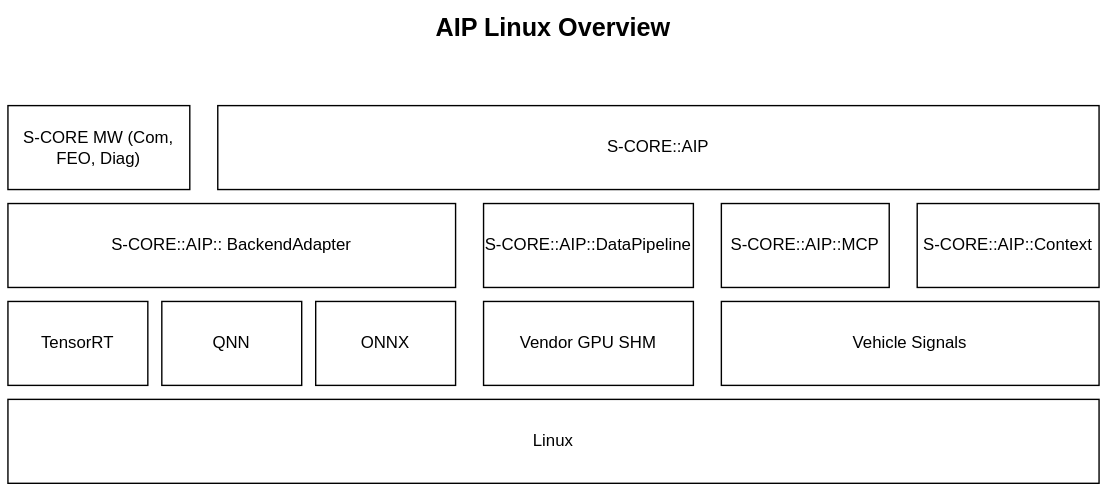
Earlier version of the draw.io export docs/features/ai-platform/_assets/score-aip-linux.drawio.svg (mercedes-benz/score). Source tidied: cells renumbered, new cells last; positions are measured from the earlier drawing's top-left corner, leaving out a move shared by most shapes.
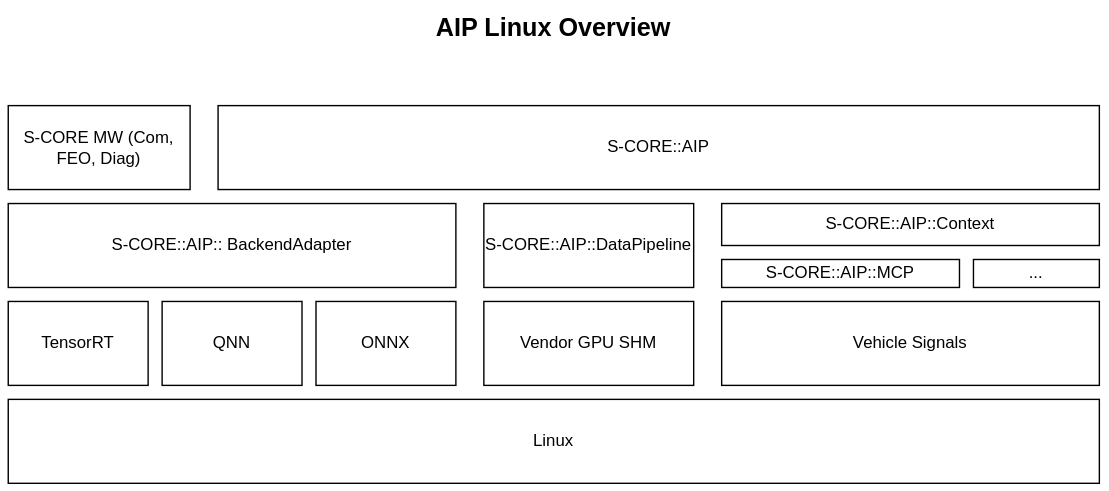
Later version of the same file.

The edit, as a diff of the source:
```diff
@@ -24,10 +24,10 @@
       <mxGeometry x="340" y="140" width="150" height="60" as="geometry" />
     </mxCell>
     <mxCell id="9" value="S-CORE::AIP::MCP" style="rounded=0;whiteSpace=wrap;html=1;" parent="1" vertex="1">
-      <mxGeometry x="510" y="140" width="120" height="60" as="geometry" />
+      <mxGeometry x="510" y="180" width="170" height="20" as="geometry" />
     </mxCell>
     <mxCell id="10" value="S-CORE::AIP::Context" style="rounded=0;whiteSpace=wrap;html=1;" parent="1" vertex="1">
-      <mxGeometry x="650" y="140" width="130" height="60" as="geometry" />
+      <mxGeometry x="510" y="140" width="270" height="30" as="geometry" />
     </mxCell>
     <mxCell id="11" value="S-CORE MW (Com, FEO, Diag)" style="rounded=0;whiteSpace=wrap;html=1;" parent="1" vertex="1">
       <mxGeometry y="70" width="130" height="60" as="geometry" />
@@ -41,5 +41,8 @@
     <mxCell id="14" value="&lt;b&gt;&lt;font style=&quot;font-size: 18px;&quot;&gt;AIP Linux Overview&lt;/font&gt;&lt;/b&gt;" style="text;html=1;align=center;verticalAlign=middle;whiteSpace=wrap;rounded=0;" parent="1" vertex="1">
       <mxGeometry x="285" width="210" height="30" as="geometry" />
     </mxCell>
+    <mxCell id="15" value="..." style="rounded=0;whiteSpace=wrap;html=1;" parent="1" vertex="1">
+      <mxGeometry x="690" y="180" width="90" height="20" as="geometry" />
+    </mxCell>
   </root>
 </mxGraphModel>
```
